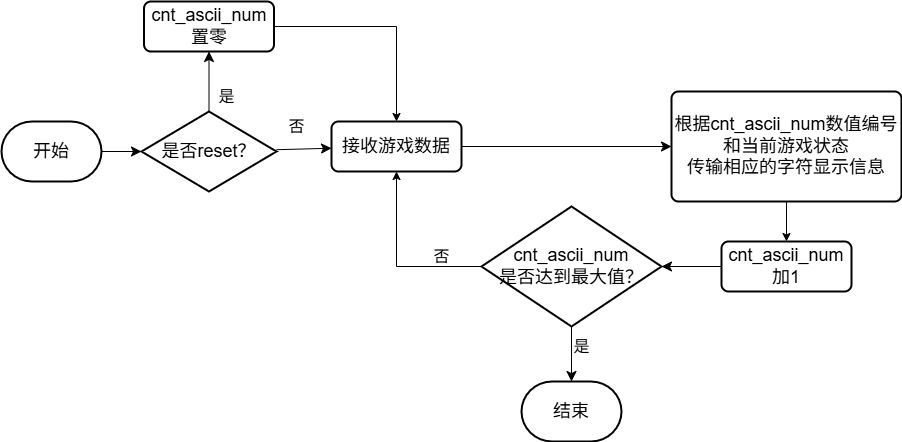
The draw.io diagram show_game_1_2.png in maple-m117/bysj_etc., before a commit. Source tidied: cells renumbered, new cells last; positions are measured from the earlier drawing's top-left corner, leaving out a move shared by most shapes.
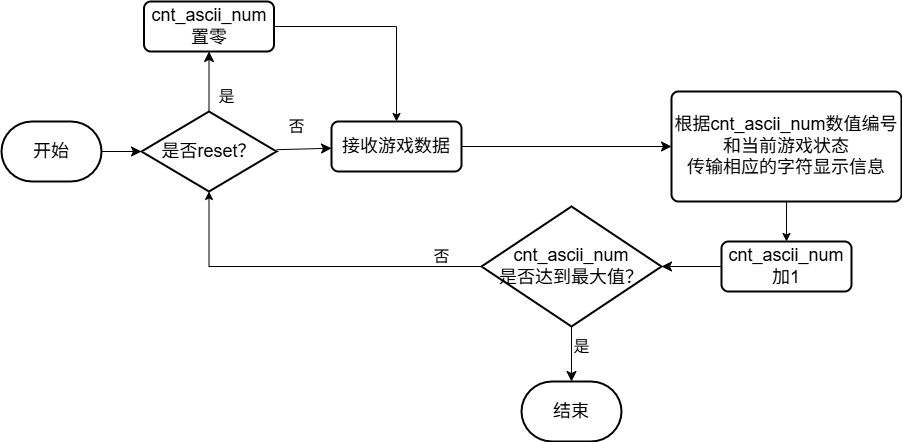
The same diagram one commit later.

Diff of the diagram source:
```diff
@@ -53,9 +53,6 @@
     <mxCell id="18" style="edgeStyle=none;curved=1;rounded=1;jettySize=auto;html=1;fontSize=12;startSize=8;endSize=8;" parent="1" edge="1" source="20" target="10">
       <mxGeometry relative="1" as="geometry" />
     </mxCell>
-    <mxCell id="19" style="edgeStyle=orthogonalEdgeStyle;rounded=0;jettySize=auto;html=1;exitX=0;exitY=0.5;exitDx=0;exitDy=0;exitPerimeter=0;entryX=0.5;entryY=1;entryDx=0;entryDy=0;" parent="1" edge="1" source="20" target="5">
-      <mxGeometry relative="1" as="geometry" />
-    </mxCell>
     <mxCell id="20" value="&lt;font style=&quot;font-size: 18px;&quot;&gt;cnt_ascii_num&lt;/font&gt;&lt;div&gt;&lt;font style=&quot;font-size: 18px;&quot;&gt;是否达到最大值？&lt;/font&gt;&lt;/div&gt;" style="strokeWidth=2;html=1;shape=mxgraph.flowchart.decision;whiteSpace=wrap;rounded=1;" parent="1" vertex="1">
       <mxGeometry x="480" y="205" width="180" height="120" as="geometry" />
     </mxCell>
@@ -65,5 +62,8 @@
     <mxCell id="22" value="否" style="text;html=1;align=center;verticalAlign=middle;strokeColor=none;fillColor=none;fontSize=16;" parent="1" vertex="1">
       <mxGeometry x="420" y="240" width="40" height="30" as="geometry" />
     </mxCell>
+    <mxCell id="23" style="edgeStyle=orthogonalEdgeStyle;rounded=0;jettySize=auto;html=1;exitX=0;exitY=0.5;exitDx=0;exitDy=0;exitPerimeter=0;entryX=0.5;entryY=1;entryDx=0;entryDy=0;entryPerimeter=0;" parent="1" edge="1" source="20" target="13">
+      <mxGeometry relative="1" as="geometry" />
+    </mxCell>
   </root>
 </mxGraphModel>
```
